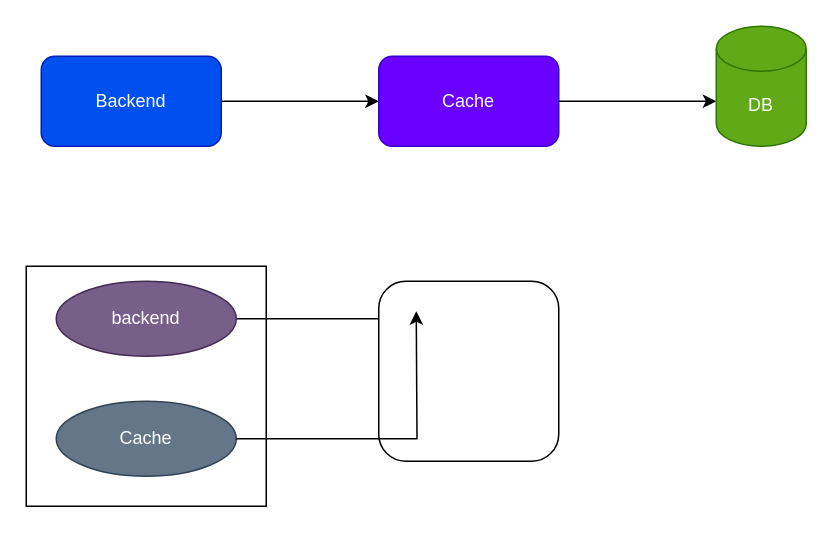
Earlier version of the draw.io diagram Affanity .drawio (Raidi13/diagrams). Source tidied: cells renumbered, new cells numbered last; positions are measured from the earlier drawing's top-left corner, leaving out a move shared by most shapes. Both pictures are drawn from the tidied source at 150%, with x=0, y=0 at pixel (26, 26).
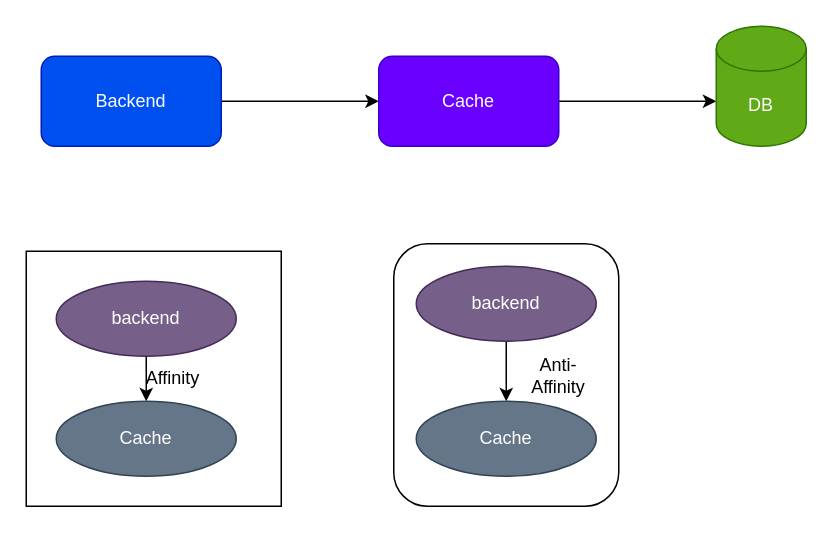
The same diagram, later.

What changed in the source:
```diff
@@
 <mxGraphModel>
   <root>
     <mxCell id="0" />
     <mxCell id="1" parent="0" />
     <mxCell id="2" style="edgeStyle=orthogonalEdgeStyle;rounded=0;jettySize=auto;html=1;" parent="1" edge="1" source="3" target="5">
       <mxGeometry relative="1" as="geometry" />
     </mxCell>
     <mxCell id="3" value="Backend" style="rounded=1;whiteSpace=wrap;html=1;fillColor=#0050ef;fontColor=#ffffff;strokeColor=#001DBC;" parent="1" vertex="1">
       <mxGeometry x="10" y="20" width="120" height="60" as="geometry" />
     </mxCell>
     <mxCell id="4" style="edgeStyle=orthogonalEdgeStyle;rounded=0;jettySize=auto;html=1;" parent="1" edge="1" source="5" target="6">
       <mxGeometry relative="1" as="geometry">
         <Array as="points">
           <mxPoint x="430" y="50" />
           <mxPoint x="430" y="50" />
         </Array>
       </mxGeometry>
     </mxCell>
     <mxCell id="5" value="Cache" style="rounded=1;whiteSpace=wrap;html=1;fillColor=#6a00ff;fontColor=#ffffff;strokeColor=#3700CC;" parent="1" vertex="1">
       <mxGeometry x="235" y="20" width="120" height="60" as="geometry" />
     </mxCell>
     <mxCell id="6" value="DB" style="shape=cylinder3;whiteSpace=wrap;html=1;boundedLbl=1;backgroundOutline=1;size=15;fillColor=#60a917;fontColor=#ffffff;strokeColor=#2D7600;" parent="1" vertex="1">
       <mxGeometry x="460" width="60" height="80" as="geometry" />
     </mxCell>
-    <mxCell id="7" style="whiteSpace=wrap;html=1;" parent="1" vertex="1">
-      <mxGeometry y="160" width="160" height="160" as="geometry" />
+    <mxCell id="7" value="&amp;nbsp; &amp;nbsp; &amp;nbsp; &amp;nbsp; Affinity" style="whiteSpace=wrap;html=1;" parent="1" vertex="1">
+      <mxGeometry y="150" width="170" height="170" as="geometry" />
     </mxCell>
-    <mxCell id="8" style="edgeStyle=orthogonalEdgeStyle;rounded=0;jettySize=auto;html=1;" parent="1" edge="1" source="9">
-      <mxGeometry relative="1" as="geometry">
-        <mxPoint x="260" y="195" as="targetPoint" />
-      </mxGeometry>
-    </mxCell>
+    <mxCell id="13" style="edgeStyle=orthogonalEdgeStyle;rounded=0;jettySize=auto;html=1;" parent="1" edge="1" source="9" target="10">
+      <mxGeometry relative="1" as="geometry" />
+    </mxCell>
     <mxCell id="9" value="backend" style="ellipse;whiteSpace=wrap;html=1;fillColor=#76608a;fontColor=#ffffff;strokeColor=#432D57;" parent="1" vertex="1">
       <mxGeometry x="20" y="170" width="120" height="50" as="geometry" />
     </mxCell>
     <mxCell id="10" value="Cache" style="ellipse;whiteSpace=wrap;html=1;fillColor=#647687;fontColor=#ffffff;strokeColor=#314354;" parent="1" vertex="1">
       <mxGeometry x="20" y="250" width="120" height="50" as="geometry" />
     </mxCell>
     <mxCell id="11" style="rounded=1;whiteSpace=wrap;html=1;" parent="1" vertex="1">
-      <mxGeometry x="235" y="170" width="120" height="120" as="geometry" />
+      <mxGeometry x="245" y="145" width="150" height="175" as="geometry" />
     </mxCell>
-    <mxCell id="12" style="edgeStyle=orthogonalEdgeStyle;rounded=0;jettySize=auto;html=1;" parent="1" edge="1" source="10">
-      <mxGeometry relative="1" as="geometry">
-        <mxPoint x="260" y="190" as="targetPoint" />
-      </mxGeometry>
-    </mxCell>
+    <mxCell id="14" style="edgeStyle=orthogonalEdgeStyle;rounded=0;jettySize=auto;html=1;" parent="1" edge="1" source="15" target="16">
+      <mxGeometry relative="1" as="geometry" />
+    </mxCell>
+    <mxCell id="15" value="backend" style="ellipse;whiteSpace=wrap;html=1;fillColor=#76608a;fontColor=#ffffff;strokeColor=#432D57;" parent="1" vertex="1">
+      <mxGeometry x="260" y="160" width="120" height="50" as="geometry" />
+    </mxCell>
+    <mxCell id="16" value="Cache" style="ellipse;whiteSpace=wrap;html=1;fillColor=#647687;fontColor=#ffffff;strokeColor=#314354;" parent="1" vertex="1">
+      <mxGeometry x="260" y="250" width="120" height="50" as="geometry" />
+    </mxCell>
+    <mxCell id="17" value="Anti-Affinity" style="text;html=1;align=center;verticalAlign=middle;whiteSpace=wrap;rounded=0;" parent="1" vertex="1">
+      <mxGeometry x="325" y="217.5" width="60" height="30" as="geometry" />
+    </mxCell>
   </root>
 </mxGraphModel>
```
